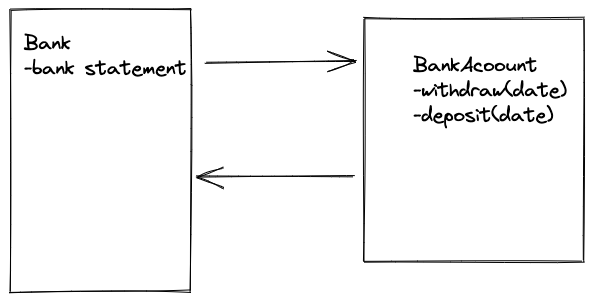
This is bank.excalidraw.png from Hafizalimi7/bank_tech_test, a Excalidraw export, as it was before one commit. Source tidied: one line per element, renumbered; positions are measured from the earlier drawing's top-left corner, leaving out a move shared by most shapes. Its diagram source:
```json
{"id": 0, "type": "rectangle", "strokeColor": "#000000", "strokeWidth": 1, "roughness": 1, "x": 0, "y": 0, "width": 181, "height": 282}
{"id": 1, "type": "rectangle", "strokeColor": "#000000", "strokeWidth": 1, "roughness": 1, "x": 354, "y": 9, "width": 219, "height": 243}
{"id": 2, "type": "text", "text": "Bank \n-bank statement", "strokeColor": "#000000", "strokeWidth": 1, "roughness": 1, "fontSize": 20, "fontFamily": 1, "x": 14, "y": 21, "width": 164, "height": 50}
{"id": 3, "type": "text", "text": "BankAcoount\n-withdraw(date)\n-deposit(date)", "strokeColor": "#000000", "strokeWidth": 1, "roughness": 1, "fontSize": 20, "fontFamily": 1, "x": 403, "y": 43, "width": 153, "height": 75}
{"id": 4, "type": "arrow", "strokeColor": "#000000", "strokeWidth": 1, "roughness": 1, "endArrowhead": "arrow", "from": 0, "to": 1, "x": 196, "y": 53, "width": 151, "height": 2, "points": [[0, 0], [151, -2]]}
{"id": 5, "type": "arrow", "strokeColor": "#000000", "strokeWidth": 1, "roughness": 1, "endArrowhead": "arrow", "from": 1, "to": 0, "x": 343, "y": 167, "width": 158, "height": 1, "points": [[0, 0], [-158, -1]]}
```
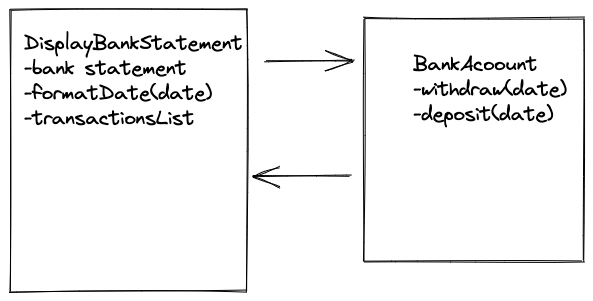
The same file after the commit.

Commit message:
Updated excalidiagram. passing unit test for DisplayBankStatment class

What changed in the source:
```diff
@@ -1,6 +1,6 @@
-{"id": 0, "type": "rectangle", "strokeColor": "#000000", "strokeWidth": 1, "roughness": 1, "x": 0, "y": 0, "width": 181, "height": 282}
+{"id": 0, "type": "rectangle", "strokeColor": "#000000", "strokeWidth": 1, "roughness": 1, "x": 0, "y": 0, "width": 237, "height": 281}
 {"id": 1, "type": "rectangle", "strokeColor": "#000000", "strokeWidth": 1, "roughness": 1, "x": 354, "y": 9, "width": 219, "height": 243}
-{"id": 2, "type": "text", "text": "Bank \n-bank statement", "strokeColor": "#000000", "strokeWidth": 1, "roughness": 1, "fontSize": 20, "fontFamily": 1, "x": 14, "y": 21, "width": 164, "height": 50}
+{"id": 2, "type": "text", "text": "DisplayBankStatement \n-bank statement\n-formatDate(date)\n-transactionsList", "strokeColor": "#000000", "strokeWidth": 1, "roughness": 1, "fontSize": 20, "fontFamily": 1, "x": 14, "y": 21, "width": 229, "height": 100}
 {"id": 3, "type": "text", "text": "BankAcoount\n-withdraw(date)\n-deposit(date)", "strokeColor": "#000000", "strokeWidth": 1, "roughness": 1, "fontSize": 20, "fontFamily": 1, "x": 403, "y": 43, "width": 153, "height": 75}
-{"id": 4, "type": "arrow", "strokeColor": "#000000", "strokeWidth": 1, "roughness": 1, "endArrowhead": "arrow", "from": 0, "to": 1, "x": 196, "y": 53, "width": 151, "height": 2, "points": [[0, 0], [151, -2]]}
+{"id": 4, "type": "arrow", "strokeColor": "#000000", "strokeWidth": 1, "roughness": 1, "endArrowhead": "arrow", "from": 0, "to": 1, "x": 255, "y": 52, "width": 89, "height": 1, "points": [[0, 0], [89, -1]]}
-{"id": 5, "type": "arrow", "strokeColor": "#000000", "strokeWidth": 1, "roughness": 1, "endArrowhead": "arrow", "from": 1, "to": 0, "x": 343, "y": 167, "width": 158, "height": 1, "points": [[0, 0], [-158, -1]]}
+{"id": 5, "type": "arrow", "strokeColor": "#000000", "strokeWidth": 1, "roughness": 1, "endArrowhead": "arrow", "from": 1, "to": 0, "x": 340, "y": 167, "width": 98, "height": 1, "points": [[0, 0], [-98, -1]]}
```
